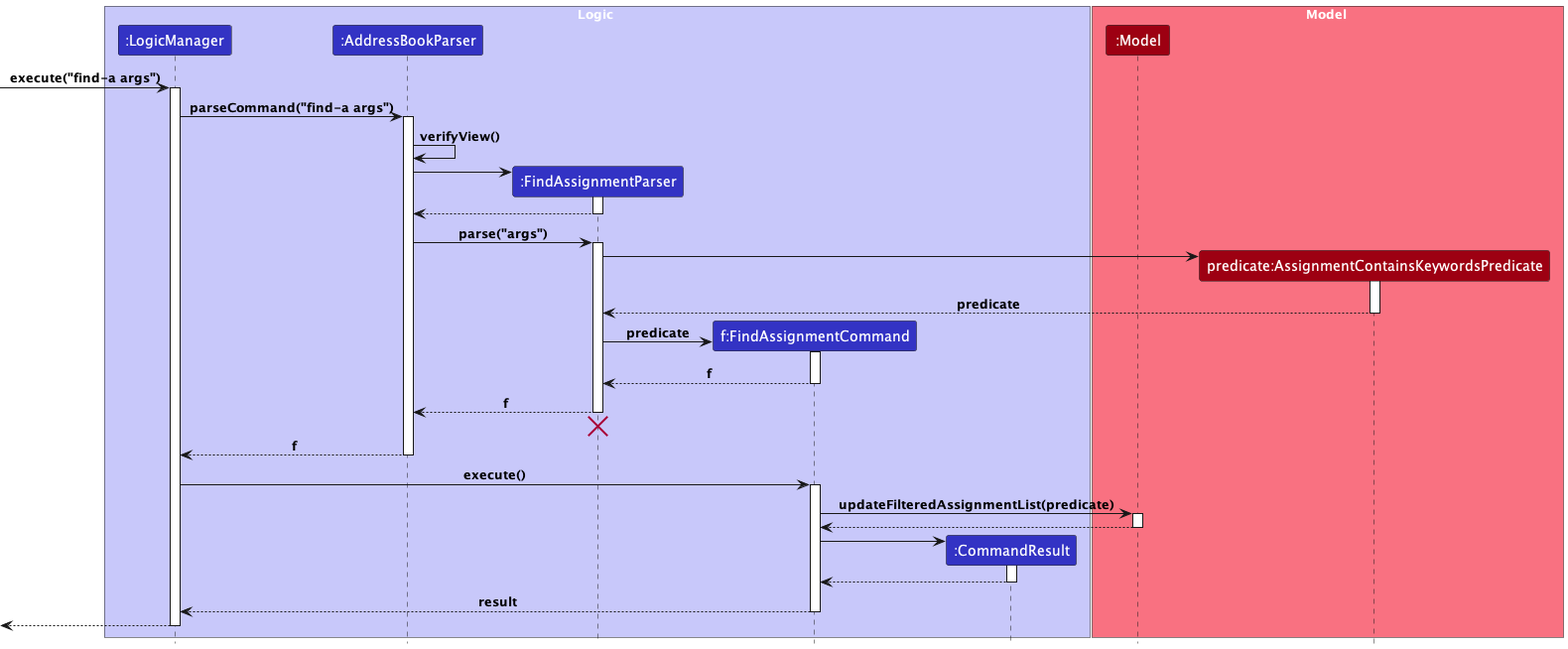
Before: docs/images/FindAssignmentSeq.png, a diagram exported from PlantUML (seewhyjay/tp). Source of this version:
```plantuml
@startuml
!include style.puml

box Logic LOGIC_COLOR_T1
participant ":LogicManager" as LogicManager LOGIC_COLOR
participant ":AddressBookParser" as AddressBookParser LOGIC_COLOR
participant ":FindAssignmentParser" as FindAssignmentParser LOGIC_COLOR
participant "f:FindAssignmentCommand" as FindAssignmentCommand LOGIC_COLOR
participant ":CommandResult" as CommandResult LOGIC_COLOR
end box

box Model MODEL_COLOR_T1
participant ":Model" as Model MODEL_COLOR
participant "predicate:AssignmentContainsKeywordsPredicate" as AssignmentContainsKeywordsPredicate MODEL_COLOR
end box


[-> LogicManager : execute("find-a args")
activate LogicManager

LogicManager -> AddressBookParser : parseCommand("find-a args")
activate AddressBookParser

AddressBookParser -> AddressBookParser : verifyView()

create FindAssignmentParser
AddressBookParser -> FindAssignmentParser
activate FindAssignmentParser

FindAssignmentParser --> AddressBookParser
deactivate FindAssignmentParser

AddressBookParser -> FindAssignmentParser : parse("args")
activate FindAssignmentParser

create AssignmentContainsKeywordsPredicate
FindAssignmentParser -> AssignmentContainsKeywordsPredicate
activate AssignmentContainsKeywordsPredicate

AssignmentContainsKeywordsPredicate --> FindAssignmentParser : predicate
deactivate AssignmentContainsKeywordsPredicate

create FindAssignmentCommand
FindAssignmentParser -> FindAssignmentCommand : predicate
activate FindAssignmentCommand

FindAssignmentCommand --> FindAssignmentParser : f
deactivate FindAssignmentCommand

FindAssignmentParser --> AddressBookParser : f
deactivate FindAssignmentParser
FindAssignmentParser -[hidden]-> AddressBookParser
destroy FindAssignmentParser

AddressBookParser --> LogicManager : f
deactivate AddressBookParser

LogicManager -> FindAssignmentCommand : execute()
activate FindAssignmentCommand

FindAssignmentCommand -> Model : updateFilteredAssignmentList(predicate)
activate Model

Model --> FindAssignmentCommand
deactivate Model

create CommandResult
FindAssignmentCommand -> CommandResult
activate CommandResult

CommandResult --> FindAssignmentCommand
deactivate CommandResult

FindAssignmentCommand --> LogicManager : result
deactivate FindAssignmentCommand

[<--LogicManager
deactivate LogicManager
@enduml
```
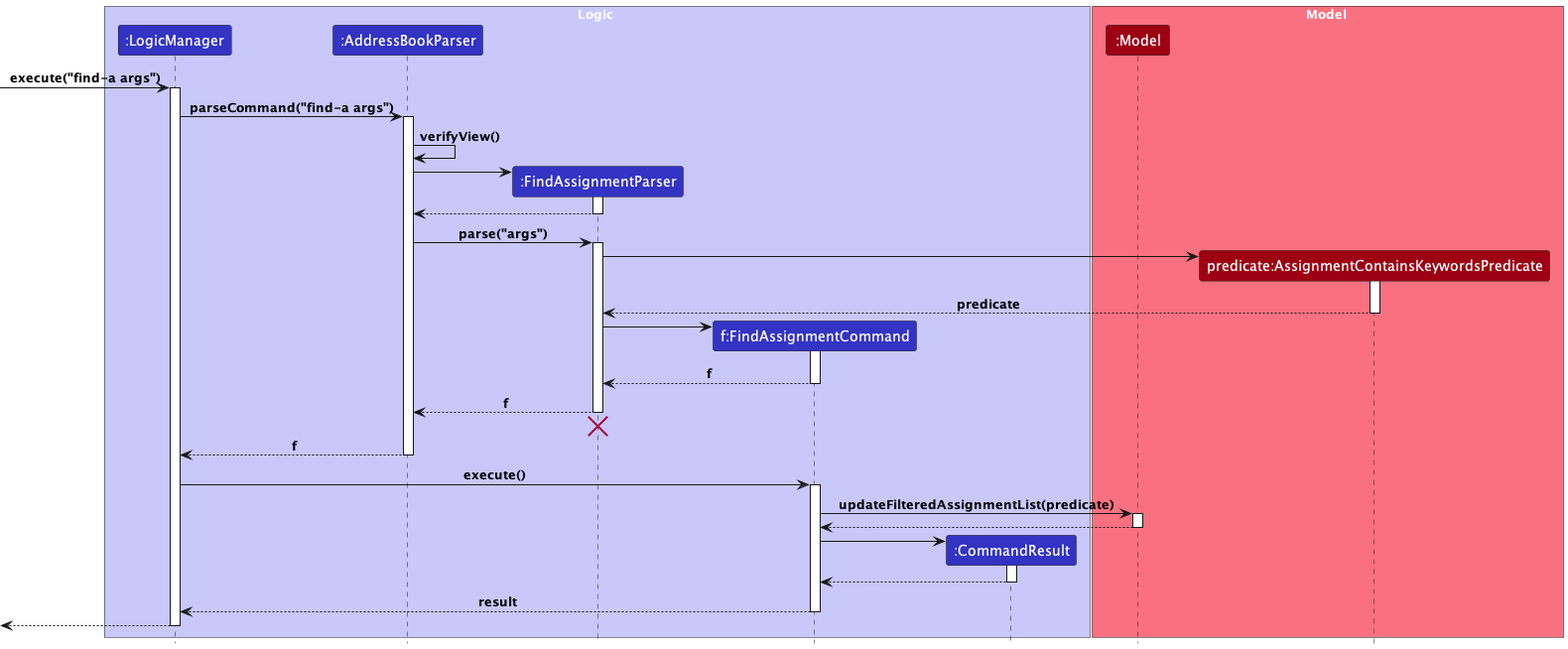
Later version of the same file.

Diff of the diagram source:
```diff
@@ -41,7 +41,7 @@
 deactivate AssignmentContainsKeywordsPredicate
 
 create FindAssignmentCommand
-FindAssignmentParser -> FindAssignmentCommand : predicate
+FindAssignmentParser -> FindAssignmentCommand
 activate FindAssignmentCommand
 
 FindAssignmentCommand --> FindAssignmentParser : f
```
